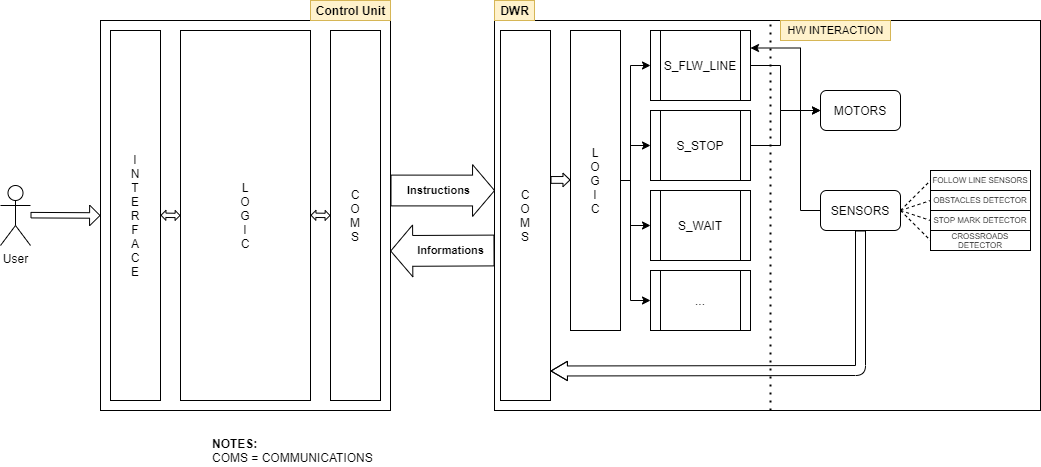
The draw.io diagram 03Flowcharts/System_Diagram.png in LPI-2020/DWR-19, before a commit. Source tidied: cells renumbered, new cells last; positions are measured from the earlier drawing's top-left corner, leaving out a move shared by most shapes.
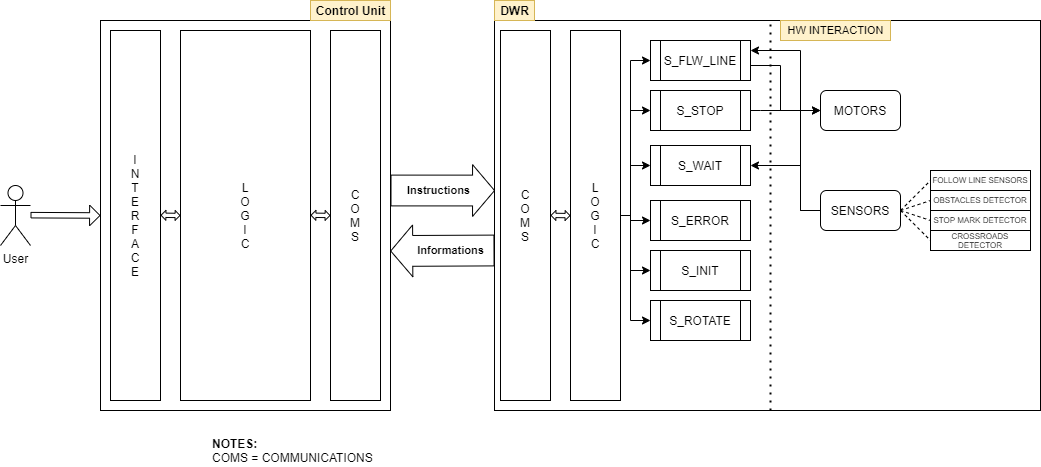
Later version of the same file.

Commit message:
System diagram update

The edit, as a diff of the source:
```diff
@@ -26,37 +26,53 @@
     <mxCell id="9" style="edgeStyle=orthogonalEdgeStyle;rounded=0;jettySize=auto;html=1;exitX=1;exitY=0.5;exitDx=0;exitDy=0;entryX=0;entryY=0.5;entryDx=0;entryDy=0;" parent="1" edge="1" source="13" target="24">
       <mxGeometry relative="1" as="geometry">
         <Array as="points">
-          <mxPoint x="630" y="180" />
-          <mxPoint x="630" y="65" />
+          <mxPoint x="630" y="215" />
+          <mxPoint x="630" y="60" />
         </Array>
       </mxGeometry>
     </mxCell>
     <mxCell id="10" style="edgeStyle=orthogonalEdgeStyle;rounded=0;jettySize=auto;html=1;exitX=1;exitY=0.5;exitDx=0;exitDy=0;entryX=0;entryY=0.5;entryDx=0;entryDy=0;" parent="1" edge="1" source="13" target="26">
       <mxGeometry relative="1" as="geometry">
         <Array as="points">
-          <mxPoint x="630" y="180" />
-          <mxPoint x="630" y="145" />
+          <mxPoint x="630" y="215" />
+          <mxPoint x="630" y="110" />
         </Array>
       </mxGeometry>
     </mxCell>
     <mxCell id="11" style="edgeStyle=orthogonalEdgeStyle;rounded=0;jettySize=auto;html=1;exitX=1;exitY=0.5;exitDx=0;exitDy=0;entryX=0;entryY=0.5;entryDx=0;entryDy=0;" parent="1" edge="1" source="13" target="27">
       <mxGeometry relative="1" as="geometry">
         <Array as="points">
-          <mxPoint x="630" y="180" />
-          <mxPoint x="630" y="225" />
+          <mxPoint x="630" y="215" />
+          <mxPoint x="630" y="165" />
         </Array>
       </mxGeometry>
     </mxCell>
     <mxCell id="12" style="edgeStyle=orthogonalEdgeStyle;rounded=0;jettySize=auto;html=1;exitX=1;exitY=0.5;exitDx=0;exitDy=0;entryX=0;entryY=0.5;entryDx=0;entryDy=0;" parent="1" edge="1" source="13" target="33">
       <mxGeometry relative="1" as="geometry">
         <Array as="points">
-          <mxPoint x="630" y="180" />
-          <mxPoint x="630" y="300" />
+          <mxPoint x="630" y="215" />
+          <mxPoint x="630" y="220" />
         </Array>
       </mxGeometry>
     </mxCell>
+    <mxCell id="45" style="edgeStyle=orthogonalEdgeStyle;rounded=0;jettySize=auto;html=1;exitX=1;exitY=0.5;exitDx=0;exitDy=0;entryX=0;entryY=0.5;entryDx=0;entryDy=0;" parent="1" edge="1" source="13" target="49">
+      <mxGeometry relative="1" as="geometry">
+        <Array as="points">
+          <mxPoint x="630" y="215" />
+          <mxPoint x="630" y="270" />
+        </Array>
+      </mxGeometry>
+    </mxCell>
+    <mxCell id="46" style="edgeStyle=orthogonalEdgeStyle;rounded=0;jettySize=auto;html=1;exitX=1;exitY=0.5;exitDx=0;exitDy=0;entryX=0;entryY=0.5;entryDx=0;entryDy=0;" parent="1" edge="1" source="13" target="50">
+      <mxGeometry relative="1" as="geometry">
+        <Array as="points">
+          <mxPoint x="630" y="215" />
+          <mxPoint x="630" y="320" />
+        </Array>
+      </mxGeometry>
+    </mxCell>
     <mxCell id="13" value="L&lt;br&gt;O&lt;br&gt;G&lt;br&gt;I&lt;br&gt;C" style="rounded=0;whiteSpace=wrap;html=1;" parent="1" vertex="1">
-      <mxGeometry x="570" y="30" width="50" height="300" as="geometry" />
+      <mxGeometry x="570" y="30" width="50" height="370" as="geometry" />
     </mxCell>
     <mxCell id="14" value="MOTORS" style="rounded=1;whiteSpace=wrap;html=1;" parent="1" vertex="1">
       <mxGeometry x="820" y="90" width="80" height="40" as="geometry" />
@@ -65,7 +81,7 @@
       <mxGeometry relative="1" as="geometry">
         <Array as="points">
           <mxPoint x="800" y="210" />
-          <mxPoint x="800" y="48" />
+          <mxPoint x="800" y="50" />
         </Array>
       </mxGeometry>
     </mxCell>
@@ -107,21 +123,21 @@
       </mxGeometry>
     </mxCell>
     <mxCell id="24" value="&lt;span&gt;S_FLW_LINE&lt;/span&gt;" style="shape=process;whiteSpace=wrap;html=1;backgroundOutline=1;" parent="1" vertex="1">
-      <mxGeometry x="650" y="30" width="100" height="70" as="geometry" />
+      <mxGeometry x="650" y="40" width="100" height="40" as="geometry" />
     </mxCell>
     <mxCell id="25" style="edgeStyle=orthogonalEdgeStyle;rounded=0;jettySize=auto;html=1;exitX=1;exitY=0.5;exitDx=0;exitDy=0;entryX=0;entryY=0.5;entryDx=0;entryDy=0;" parent="1" edge="1" source="26" target="14">
       <mxGeometry relative="1" as="geometry">
         <Array as="points">
-          <mxPoint x="780" y="145" />
-          <mxPoint x="780" y="110" />
+          <mxPoint x="760" y="110" />
+          <mxPoint x="760" y="110" />
         </Array>
       </mxGeometry>
     </mxCell>
     <mxCell id="26" value="&lt;span&gt;S_STOP&lt;/span&gt;" style="shape=process;whiteSpace=wrap;html=1;backgroundOutline=1;" parent="1" vertex="1">
-      <mxGeometry x="650" y="110" width="100" height="70" as="geometry" />
+      <mxGeometry x="650" y="90" width="100" height="40" as="geometry" />
     </mxCell>
     <mxCell id="27" value="&lt;span&gt;S_WAIT&lt;br&gt;&lt;/span&gt;" style="shape=process;whiteSpace=wrap;html=1;backgroundOutline=1;" parent="1" vertex="1">
-      <mxGeometry x="650" y="190" width="100" height="70" as="geometry" />
+      <mxGeometry x="650" y="145" width="100" height="40" as="geometry" />
     </mxCell>
     <mxCell id="28" style="shape=flexArrow;endArrow=classic;startArrow=classic;html=1;exitX=1;exitY=0.5;exitDx=0;exitDy=0;endWidth=4.510926118626431;endSize=1.296774193548387;width=4.354838709677419;startSize=1.296774193548387;startWidth=4.510926118626431;entryX=0;entryY=0.5;entryDx=0;entryDy=0;" parent="1" edge="1" target="4">
       <mxGeometry relative="1" as="geometry">
@@ -143,16 +159,8 @@
         <mxPoint x="330" y="215" as="targetPoint" />
       </mxGeometry>
     </mxCell>
-    <mxCell id="32" style="shape=flexArrow;endArrow=classic;html=1;width=10;endSize=5.15;entryX=0.999;entryY=0.591;entryDx=0;entryDy=0;entryPerimeter=0;endWidth=8.333333333333334;exitX=0.5;exitY=1;exitDx=0;exitDy=0;" parent="1" edge="1" source="16">
-      <mxGeometry relative="1" as="geometry">
-        <mxPoint x="550" y="370.5" as="targetPoint" />
-        <Array as="points">
-          <mxPoint x="860" y="370" />
-        </Array>
-      </mxGeometry>
-    </mxCell>
-    <mxCell id="33" value="&lt;span&gt;...&lt;br&gt;&lt;/span&gt;" style="shape=process;whiteSpace=wrap;html=1;backgroundOutline=1;" parent="1" vertex="1">
-      <mxGeometry x="650" y="270" width="100" height="60" as="geometry" />
+    <mxCell id="33" value="&lt;span&gt;S_ERROR&lt;br&gt;&lt;/span&gt;" style="shape=process;whiteSpace=wrap;html=1;backgroundOutline=1;" parent="1" vertex="1">
+      <mxGeometry x="650" y="200" width="100" height="40" as="geometry" />
     </mxCell>
     <mxCell id="34" value="STOP MARK DETECTOR" style="rounded=0;whiteSpace=wrap;html=1;fontSize=8;" parent="1" vertex="1">
       <mxGeometry x="930" y="210" width="100" height="20" as="geometry" />
@@ -187,11 +195,26 @@
     <mxCell id="43" value="&lt;font style=&quot;font-size: 11px&quot;&gt;HW INTERACTION&lt;/font&gt;" style="text;html=1;align=center;verticalAlign=middle;fontSize=8;fillColor=#fff2cc;strokeColor=#d6b656;" parent="1" vertex="1">
       <mxGeometry x="780" y="20" width="110" height="20" as="geometry" />
     </mxCell>
-    <mxCell id="44" style="shape=flexArrow;endArrow=classic;html=1;width=6.8;endSize=2.008;endWidth=5.68;" parent="1" edge="1">
-      <mxGeometry relative="1" as="geometry">
-        <mxPoint x="550" y="179.4" as="sourcePoint" />
-        <mxPoint x="570" y="179.4" as="targetPoint" />
-      </mxGeometry>
-    </mxCell>
+    <mxCell id="47" style="shape=flexArrow;endArrow=classic;startArrow=classic;html=1;exitX=1;exitY=0.5;exitDx=0;exitDy=0;endWidth=4.510926118626431;endSize=1.296774193548387;width=4.354838709677419;startSize=1.296774193548387;startWidth=4.510926118626431;entryX=0;entryY=0.5;entryDx=0;entryDy=0;" parent="1" edge="1">
+      <mxGeometry relative="1" as="geometry">
+        <mxPoint x="550" y="214.9" as="sourcePoint" />
+        <mxPoint x="570" y="215.1" as="targetPoint" />
+      </mxGeometry>
+    </mxCell>
+    <mxCell id="48" style="edgeStyle=orthogonalEdgeStyle;rounded=0;jettySize=auto;html=1;entryX=1;entryY=0.5;entryDx=0;entryDy=0;" parent="1" edge="1" target="27">
+      <mxGeometry relative="1" as="geometry">
+        <mxPoint x="820" y="210" as="sourcePoint" />
+        <Array as="points">
+          <mxPoint x="800" y="210" />
+          <mxPoint x="800" y="165" />
+        </Array>
+      </mxGeometry>
+    </mxCell>
+    <mxCell id="49" value="&lt;span&gt;S_INIT&lt;br&gt;&lt;/span&gt;" style="shape=process;whiteSpace=wrap;html=1;backgroundOutline=1;" parent="1" vertex="1">
+      <mxGeometry x="650" y="250" width="100" height="40" as="geometry" />
+    </mxCell>
+    <mxCell id="50" value="&lt;span&gt;S_ROTATE&lt;br&gt;&lt;/span&gt;" style="shape=process;whiteSpace=wrap;html=1;backgroundOutline=1;" parent="1" vertex="1">
+      <mxGeometry x="650" y="300" width="100" height="40" as="geometry" />
+    </mxCell>
   </root>
 </mxGraphModel>
```
